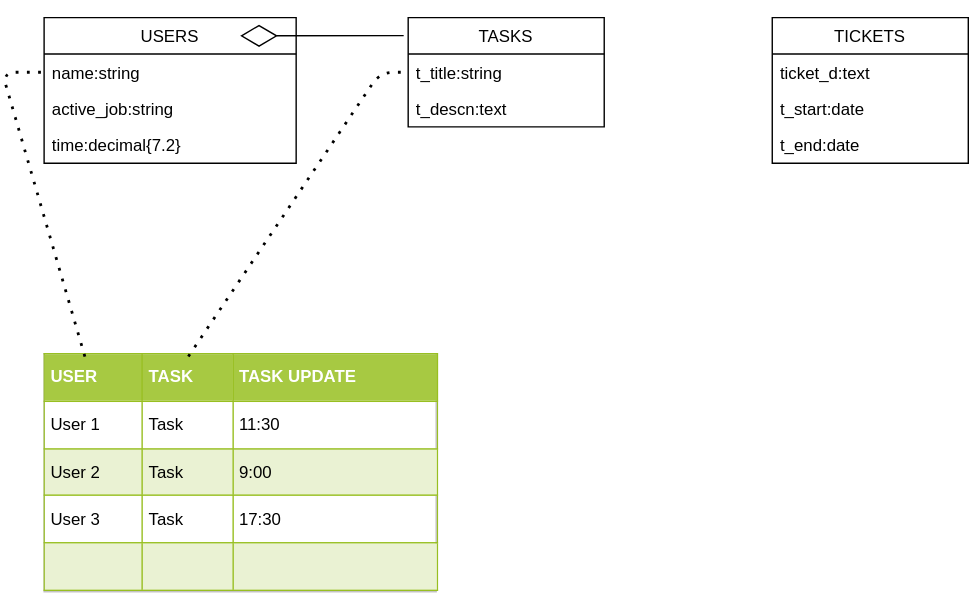
The draw.io diagram Myapp.svg in Roru-cmd/Myapp, before a commit. Source tidied: cells renumbered, new cells last; positions are measured from the earlier drawing's top-left corner, leaving out a move shared by most shapes.
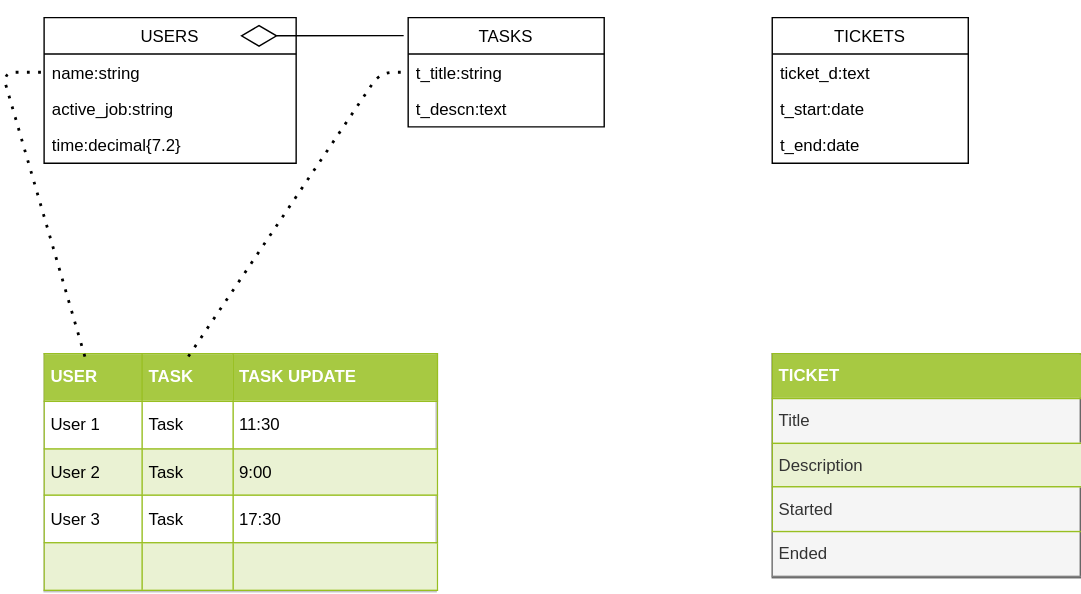
After the commit.

Diff of the diagram source:
```diff
@@ -58,5 +58,8 @@
         </Array>
       </mxGeometry>
     </mxCell>
+    <mxCell id="17" value="&lt;table border=&quot;1&quot; width=&quot;100%&quot; cellpadding=&quot;4&quot; style=&quot;width: 100% ; height: 100% ; border-collapse: collapse&quot;&gt;&lt;tbody&gt;&lt;tr style=&quot;background-color: #a7c942 ; color: #ffffff ; border: 1px solid #98bf21&quot;&gt;&lt;th align=&quot;left&quot;&gt;TICKET&lt;/th&gt;&lt;/tr&gt;&lt;tr style=&quot;border: 1px solid #98bf21&quot;&gt;&lt;td&gt;Title&lt;/td&gt;&lt;/tr&gt;&lt;tr style=&quot;background-color: #eaf2d3 ; border: 1px solid #98bf21&quot;&gt;&lt;td&gt;Description&lt;/td&gt;&lt;/tr&gt;&lt;tr style=&quot;border: 1px solid #98bf21&quot;&gt;&lt;td&gt;Started&amp;nbsp;&lt;/td&gt;&lt;/tr&gt;&lt;tr&gt;&lt;td&gt;Ended&lt;/td&gt;&lt;/tr&gt;&lt;/tbody&gt;&lt;/table&gt;" style="text;html=1;strokeColor=#666666;fillColor=#f5f5f5;overflow=fill;rounded=0;fontColor=#333333;" parent="1" vertex="1">
+      <mxGeometry x="550" y="240" width="220" height="160" as="geometry" />
+    </mxCell>
   </root>
 </mxGraphModel>
```
